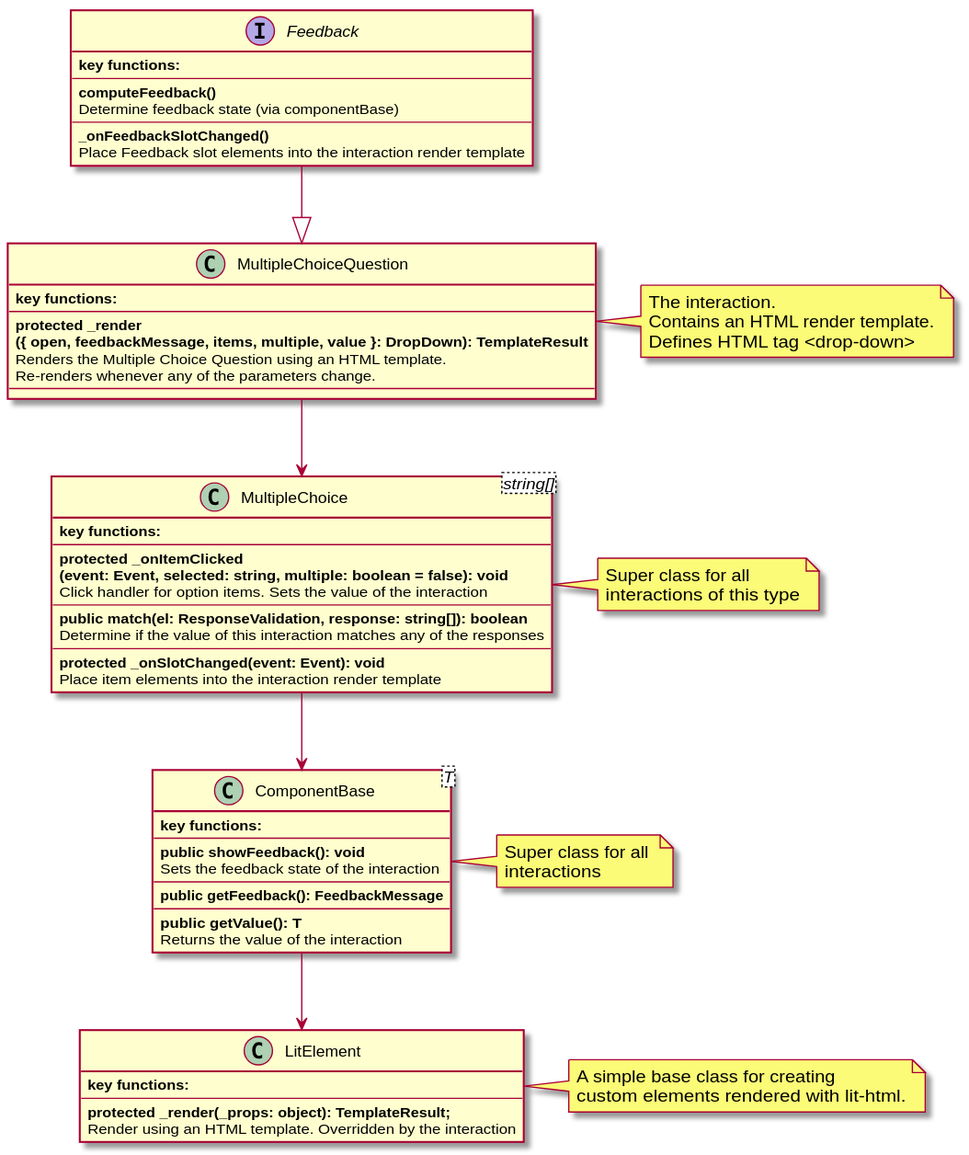
The PlantUML diagram packages/multiple-choice/UML/multiple-choice-question-class-diagram.svg in lulzzz/mtl-assessment-components, before a commit. The source it was exported from:
```plantuml
@startuml multiple-choice-question-class-diagram

interface Feedback {
    <b>key functions:</b>
    --
    <b>computeFeedback()</b>
    Determine feedback state (via componentBase)
    --
    <b>_onFeedbackSlotChanged()</b>
    Place Feedback slot elements into the interaction render template
}

Feedback --|> MultipleChoiceQuestion

note right of MultipleChoiceQuestion: The interaction.\nContains an HTML render template.\nDefines HTML tag <drop-down>
class MultipleChoiceQuestion {
    <b>key functions:</b>
    --
    <b>protected _render\n<b>({ open, feedbackMessage, items, multiple, value }: DropDown): TemplateResult</b>
    Renders the Multiple Choice Question using an HTML template.
    Re-renders whenever any of the parameters change.
    --
}

MultipleChoiceQuestion --> MultipleChoice
note right of MultipleChoice: Super class for all \ninteractions of this type
class MultipleChoice<string[]>  {
    <b>key functions:</b>
    --
    <b>protected _onItemClicked\n<b>(event: Event, selected: string, multiple: boolean = false): void</b>\nClick handler for option items. Sets the value of the interaction
    --
    <b>public match(el: ResponseValidation, response: string[]): boolean</b>
    Determine if the value of this interaction matches any of the responses
    --
    <b>protected _onSlotChanged(event: Event): void</b>
    Place item elements into the interaction render template
}

MultipleChoice --> ComponentBase
note right of ComponentBase: Super class for all \ninteractions
class ComponentBase<T> {
    <b>key functions:</b>
    --
    <b>public showFeedback(): void</b>
    Sets the feedback state of the interaction
    --
    <b>public getFeedback(): FeedbackMessage</b>
    --
    <b>public getValue(): T</b>
    Returns the value of the interaction
}

ComponentBase --> LitElement
note right of LitElement: A simple base class for creating\ncustom elements rendered with lit-html.
class LitElement {
    <b>key functions:</b>
    --
    <b>protected _render(_props: object): TemplateResult;</b>
    Render using an HTML template. Overridden by the interaction
}

@enduml
```
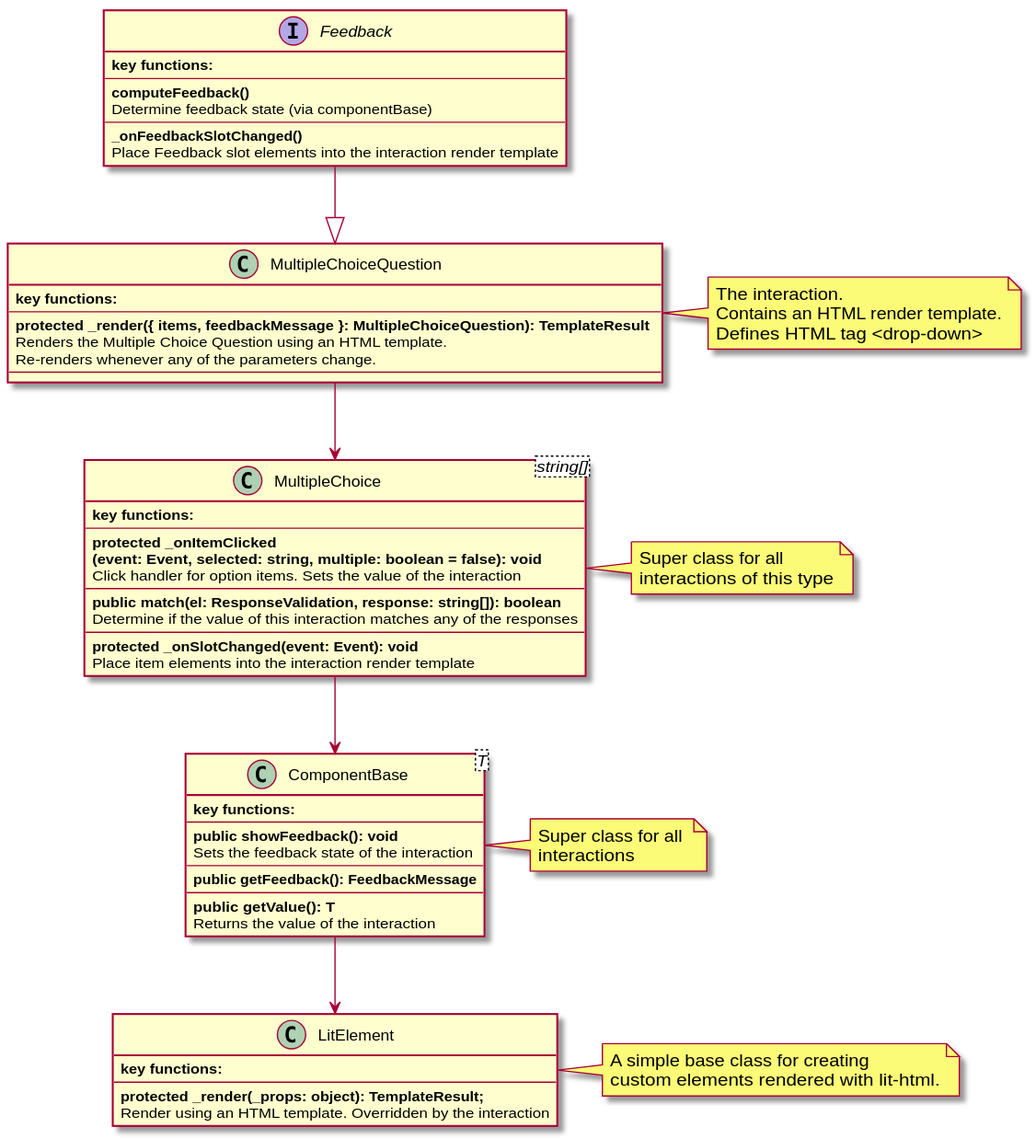
After the change.

Commit message:
updated multiple choice question uml

Diff of the diagram source:
```diff
@@ -16,7 +16,7 @@
 class MultipleChoiceQuestion {
     <b>key functions:</b>
     --
-    <b>protected _render\n<b>({ open, feedbackMessage, items, multiple, value }: DropDown): TemplateResult</b>
+    <b>protected _render({ items, feedbackMessage }: MultipleChoiceQuestion): TemplateResult </b>
     Renders the Multiple Choice Question using an HTML template.
     Re-renders whenever any of the parameters change.
     --
```
